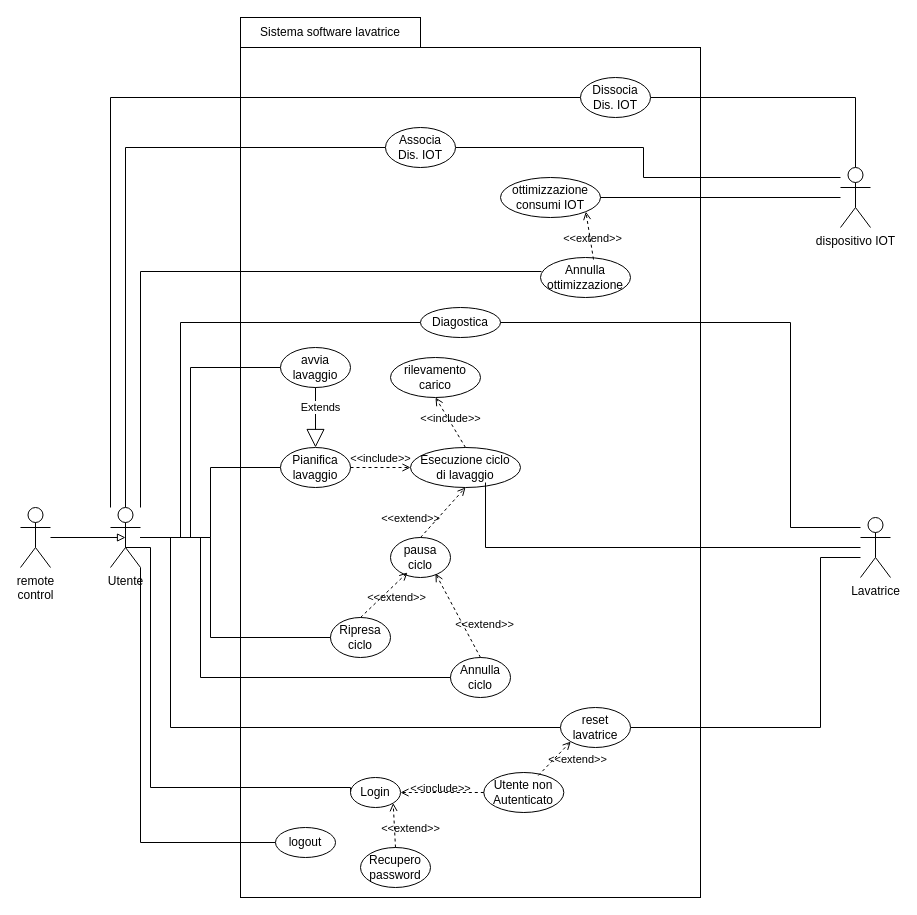
Earlier version of the draw.io diagram content/use.drawio (uni-aca100/ing-proj). Source tidied: cells renumbered, new cells numbered last; positions are measured from the earlier drawing's top-left corner, leaving out a move shared by most shapes. Both pictures are drawn from the tidied source at 100%, with x=0, y=0 at pixel (20, 17).
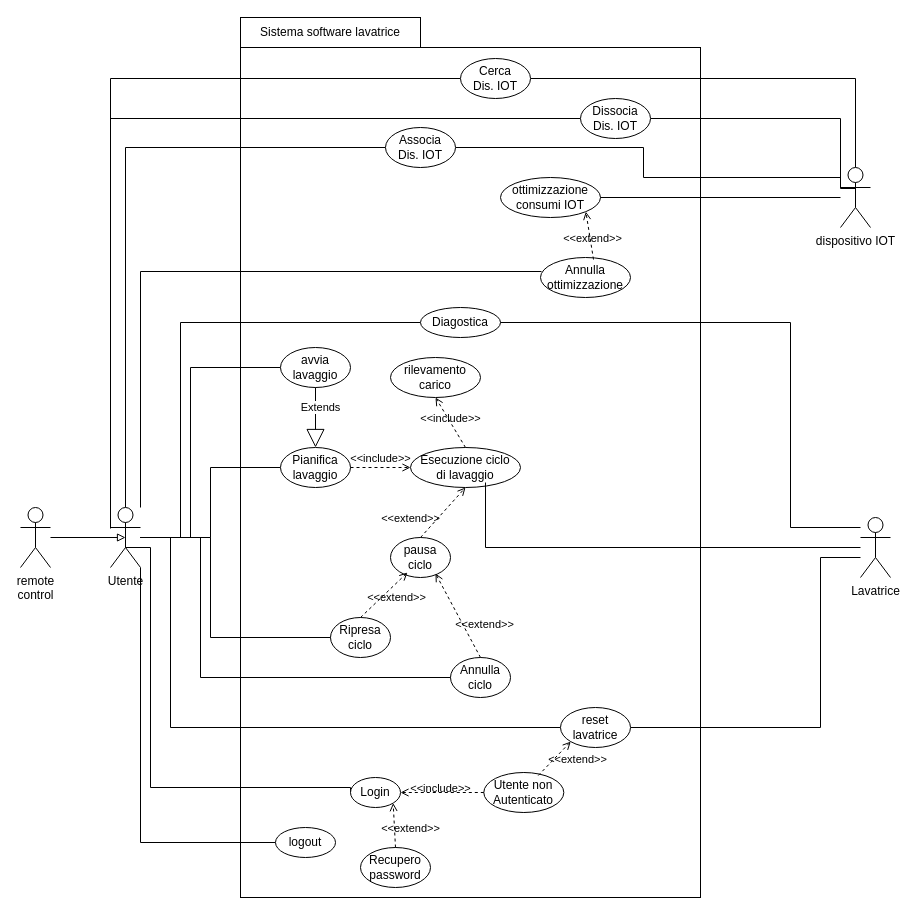
After the change.

Commit message (it also covers changes not shown here):
add cerca dispositivi IOT

Unchanged cells that the change refers to:
```xml
<mxCell id="21" value="Utente" style="shape=umlActor;verticalLabelPosition=bottom;verticalAlign=top;html=1;" parent="1" vertex="1">
  <mxGeometry x="90" y="490" width="30" height="60" as="geometry" />
</mxCell>
<mxCell id="39" value="dispositivo IOT" style="shape=umlActor;verticalLabelPosition=bottom;verticalAlign=top;html=1;outlineConnect=0;" parent="1" vertex="1">
  <mxGeometry x="820" y="150" width="30" height="60" as="geometry" />
</mxCell>
```

Diff of the diagram source:
```diff
@@
-    <mxCell id="18" style="edgeStyle=orthogonalEdgeStyle;rounded=0;jettySize=auto;html=1;entryX=0;entryY=0.5;entryDx=0;entryDy=0;endArrow=none;endFill=0;" parent="1" edge="1" source="21" target="43">
+    <mxCell id="18" style="edgeStyle=orthogonalEdgeStyle;rounded=0;jettySize=auto;html=1;entryX=0;entryY=0.5;entryDx=0;entryDy=0;endArrow=none;endFill=0;" parent="1" edge="1" target="43">
       <mxGeometry relative="1" as="geometry">
+        <mxPoint x="90" y="511" as="sourcePoint" />
         <Array as="points">
-          <mxPoint x="90" y="80" />
+          <mxPoint x="90" y="101" />
         </Array>
       </mxGeometry>
     </mxCell>
@@
+    <mxCell id="53" style="edgeStyle=orthogonalEdgeStyle;rounded=0;jettySize=auto;html=1;entryX=0;entryY=0.5;entryDx=0;entryDy=0;endArrow=none;endFill=0;" parent="1" edge="1" source="21" target="55">
+      <mxGeometry relative="1" as="geometry">
+        <Array as="points">
+          <mxPoint x="90" y="61" />
+        </Array>
+      </mxGeometry>
+    </mxCell>
@@
-    <mxCell id="38" style="edgeStyle=orthogonalEdgeStyle;rounded=0;jettySize=auto;html=1;entryX=1;entryY=0.5;entryDx=0;entryDy=0;endArrow=none;endFill=0;" parent="1" edge="1" source="39" target="43">
+    <mxCell id="38" style="edgeStyle=orthogonalEdgeStyle;rounded=0;jettySize=auto;html=1;entryX=1;entryY=0.5;entryDx=0;entryDy=0;endArrow=none;endFill=0;" parent="1" edge="1" target="43">
       <mxGeometry relative="1" as="geometry">
+        <mxPoint x="835" y="171" as="sourcePoint" />
         <Array as="points">
-          <mxPoint x="835" y="80" />
+          <mxPoint x="820" y="171" />
+          <mxPoint x="820" y="101" />
         </Array>
       </mxGeometry>
     </mxCell>
+    <mxCell id="54" style="edgeStyle=orthogonalEdgeStyle;rounded=0;jettySize=auto;html=1;entryX=1;entryY=0.5;entryDx=0;entryDy=0;endArrow=none;endFill=0;" parent="1" edge="1" source="39" target="55">
+      <mxGeometry relative="1" as="geometry">
+        <Array as="points">
+          <mxPoint x="835" y="61" />
+        </Array>
+      </mxGeometry>
+    </mxCell>
@@
     <mxCell id="43" value="&lt;div&gt;Dissocia&lt;/div&gt;&lt;div&gt;Dis. IOT&lt;/div&gt;" style="ellipse;whiteSpace=wrap;html=1;" parent="1" vertex="1">
-      <mxGeometry x="560" y="60" width="70" height="40" as="geometry" />
+      <mxGeometry x="560" y="81" width="70" height="40" as="geometry" />
     </mxCell>
@@
+    <mxCell id="55" value="Cerca&lt;div&gt;Dis. IOT&lt;/div&gt;" style="ellipse;whiteSpace=wrap;html=1;" parent="1" vertex="1">
+      <mxGeometry x="440" y="41" width="70" height="40" as="geometry" />
+    </mxCell>
```
